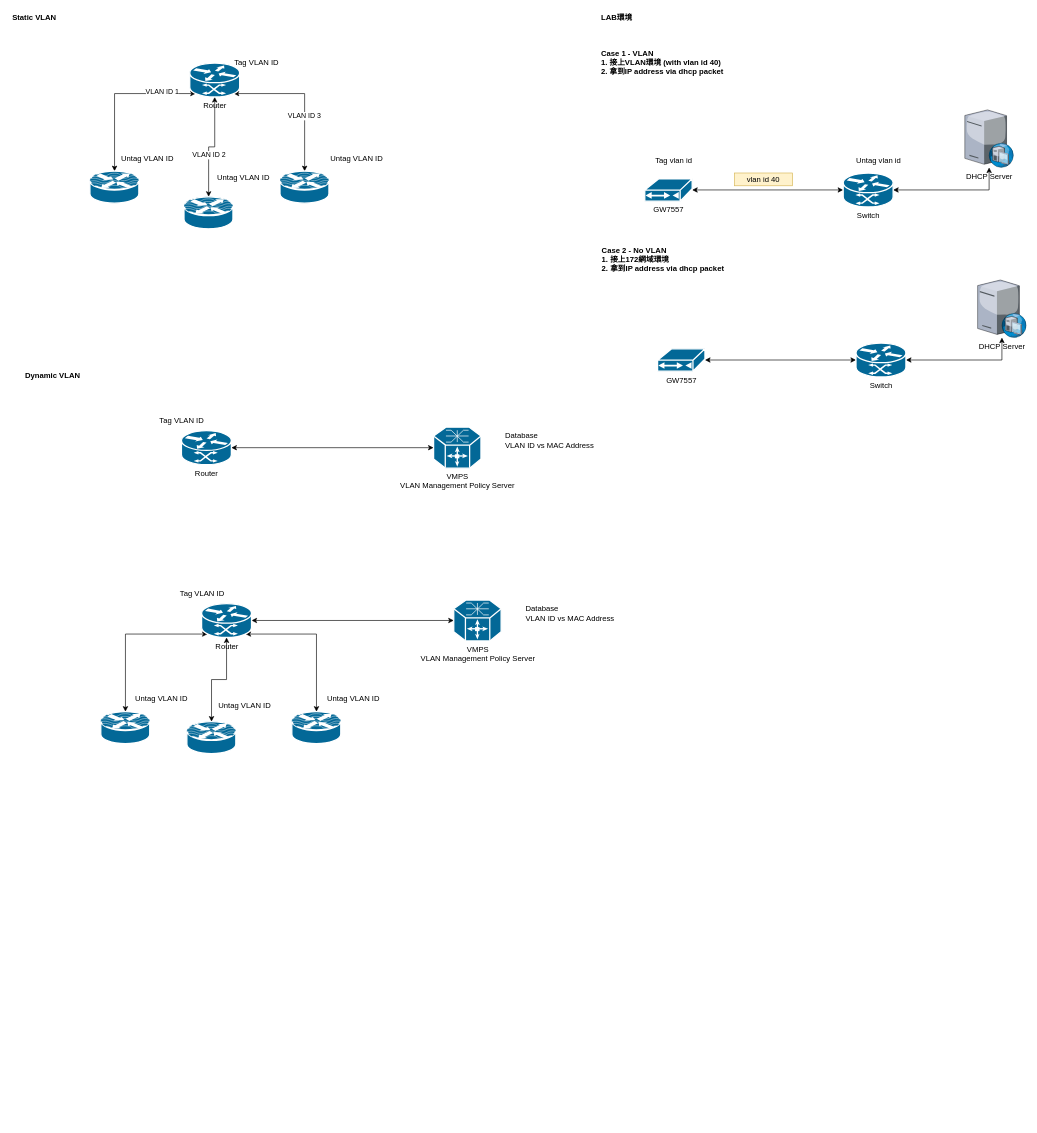
Earlier version of the draw.io diagram page "VLAN" (7 of 7) of GW7557.drawio (nelsonchung/drawio). Source tidied: cells renumbered, new cells numbered last; positions are measured from the earlier drawing's top-left corner, leaving out a move shared by most shapes. Both pictures are drawn from the tidied source at 64%, with x=0, y=0 at pixel (11, 11).
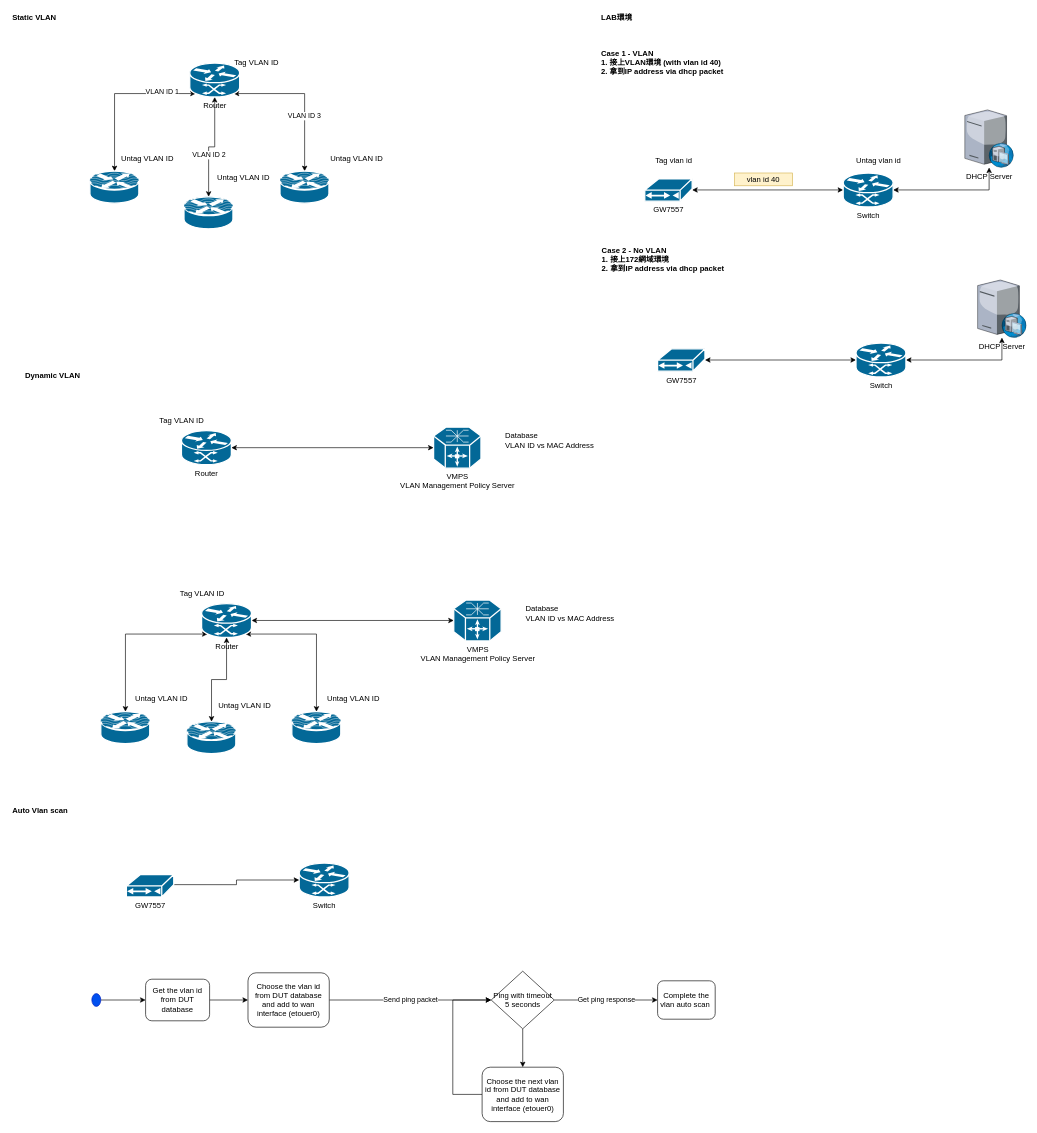
Above is the later version.

Commit message:
[GW7557] Add vlan auto scan design

Diff of the diagram source:
```diff
@@
+    <mxCell id="53" value="&lt;b&gt;Auto Vlan scan&lt;/b&gt;" style="text;html=1;strokeColor=none;fillColor=none;align=left;verticalAlign=middle;whiteSpace=wrap;rounded=0;" parent="1" vertex="1">
+      <mxGeometry y="1240" width="180" height="20" as="geometry" />
+    </mxCell>
+    <mxCell id="54" value="Send ping packet" style="edgeStyle=orthogonalEdgeStyle;rounded=0;jettySize=auto;html=1;exitX=1;exitY=0.5;exitDx=0;exitDy=0;entryX=0;entryY=0.5;entryDx=0;entryDy=0;startArrow=none;startFill=0;" parent="1" edge="1" source="55" target="58">
+      <mxGeometry relative="1" as="geometry" />
+    </mxCell>
+    <mxCell id="55" value="Choose the vlan id from DUT database and add to wan interface (etouer0)" style="rounded=1;whiteSpace=wrap;html=1;align=center;" parent="1" vertex="1">
+      <mxGeometry x="370" y="1502.5" width="127" height="85" as="geometry" />
+    </mxCell>
+    <mxCell id="56" value="Get ping response" style="edgeStyle=orthogonalEdgeStyle;rounded=0;jettySize=auto;html=1;exitX=1;exitY=0.5;exitDx=0;exitDy=0;startArrow=none;startFill=0;" parent="1" edge="1" source="58" target="62">
+      <mxGeometry relative="1" as="geometry" />
+    </mxCell>
+    <mxCell id="57" style="edgeStyle=orthogonalEdgeStyle;rounded=0;jettySize=auto;html=1;exitX=0.5;exitY=1;exitDx=0;exitDy=0;entryX=0.5;entryY=0;entryDx=0;entryDy=0;startArrow=none;startFill=0;" parent="1" edge="1" source="58" target="68">
+      <mxGeometry relative="1" as="geometry" />
+    </mxCell>
+    <mxCell id="58" value="Ping with timeout 5 seconds" style="rhombus;whiteSpace=wrap;html=1;align=center;" parent="1" vertex="1">
+      <mxGeometry x="750" y="1500" width="98.5" height="90" as="geometry" />
+    </mxCell>
+    <mxCell id="59" value="Switch" style="shape=mxgraph.cisco.routers.atm_router;html=1;dashed=0;fillColor=#036897;strokeColor=#ffffff;strokeWidth=2;verticalLabelPosition=bottom;verticalAlign=top;align=center;outlineConnect=0;" parent="1" vertex="1">
+      <mxGeometry x="450" y="1331" width="78" height="53" as="geometry" />
+    </mxCell>
+    <mxCell id="60" style="edgeStyle=orthogonalEdgeStyle;rounded=0;jettySize=auto;html=1;exitX=1;exitY=0.45;exitDx=0;exitDy=0;exitPerimeter=0;startArrow=none;startFill=0;" parent="1" edge="1" source="61" target="59">
+      <mxGeometry relative="1" as="geometry" />
+    </mxCell>
+    <mxCell id="61" value="GW7557" style="shape=mxgraph.cisco.modems_and_phones.cable_modem;html=1;dashed=0;fillColor=#036897;strokeColor=#ffffff;strokeWidth=2;verticalLabelPosition=bottom;verticalAlign=top;align=center;outlineConnect=0;" parent="1" vertex="1">
+      <mxGeometry x="180" y="1349" width="74" height="35" as="geometry" />
+    </mxCell>
+    <mxCell id="62" value="Complete the vlan auto scan&amp;nbsp;" style="rounded=1;whiteSpace=wrap;html=1;align=center;" parent="1" vertex="1">
+      <mxGeometry x="1010" y="1515" width="90" height="60" as="geometry" />
+    </mxCell>
+    <mxCell id="63" style="edgeStyle=orthogonalEdgeStyle;rounded=0;jettySize=auto;html=1;exitX=1;exitY=0.5;exitDx=0;exitDy=0;entryX=0;entryY=0.5;entryDx=0;entryDy=0;startArrow=none;startFill=0;" parent="1" edge="1" source="64" target="66">
+      <mxGeometry relative="1" as="geometry" />
+    </mxCell>
+    <mxCell id="64" style="ellipse;whiteSpace=wrap;html=1;align=center;fillColor=#0050ef;strokeColor=#001DBC;fontColor=#ffffff;" parent="1" vertex="1">
+      <mxGeometry x="126" y="1535" width="14" height="20" as="geometry" />
+    </mxCell>
+    <mxCell id="65" style="edgeStyle=orthogonalEdgeStyle;rounded=0;jettySize=auto;html=1;exitX=1;exitY=0.5;exitDx=0;exitDy=0;entryX=0;entryY=0.5;entryDx=0;entryDy=0;startArrow=none;startFill=0;" parent="1" edge="1" source="66" target="55">
+      <mxGeometry relative="1" as="geometry" />
+    </mxCell>
+    <mxCell id="66" value="Get the vlan id from DUT database" style="rounded=1;whiteSpace=wrap;html=1;align=center;" parent="1" vertex="1">
+      <mxGeometry x="210" y="1512.5" width="100" height="65" as="geometry" />
+    </mxCell>
+    <mxCell id="67" style="edgeStyle=orthogonalEdgeStyle;rounded=0;jettySize=auto;html=1;exitX=0;exitY=0.5;exitDx=0;exitDy=0;entryX=0;entryY=0.5;entryDx=0;entryDy=0;startArrow=none;startFill=0;" parent="1" edge="1" source="68" target="58">
+      <mxGeometry relative="1" as="geometry">
+        <Array as="points">
+          <mxPoint x="690" y="1692" />
+          <mxPoint x="690" y="1545" />
+        </Array>
+      </mxGeometry>
+    </mxCell>
+    <mxCell id="68" value="Choose the next vlan id from DUT database and add to wan interface (etouer0)" style="rounded=1;whiteSpace=wrap;html=1;align=center;" parent="1" vertex="1">
+      <mxGeometry x="735.8" y="1650" width="127" height="85" as="geometry" />
+    </mxCell>
```
